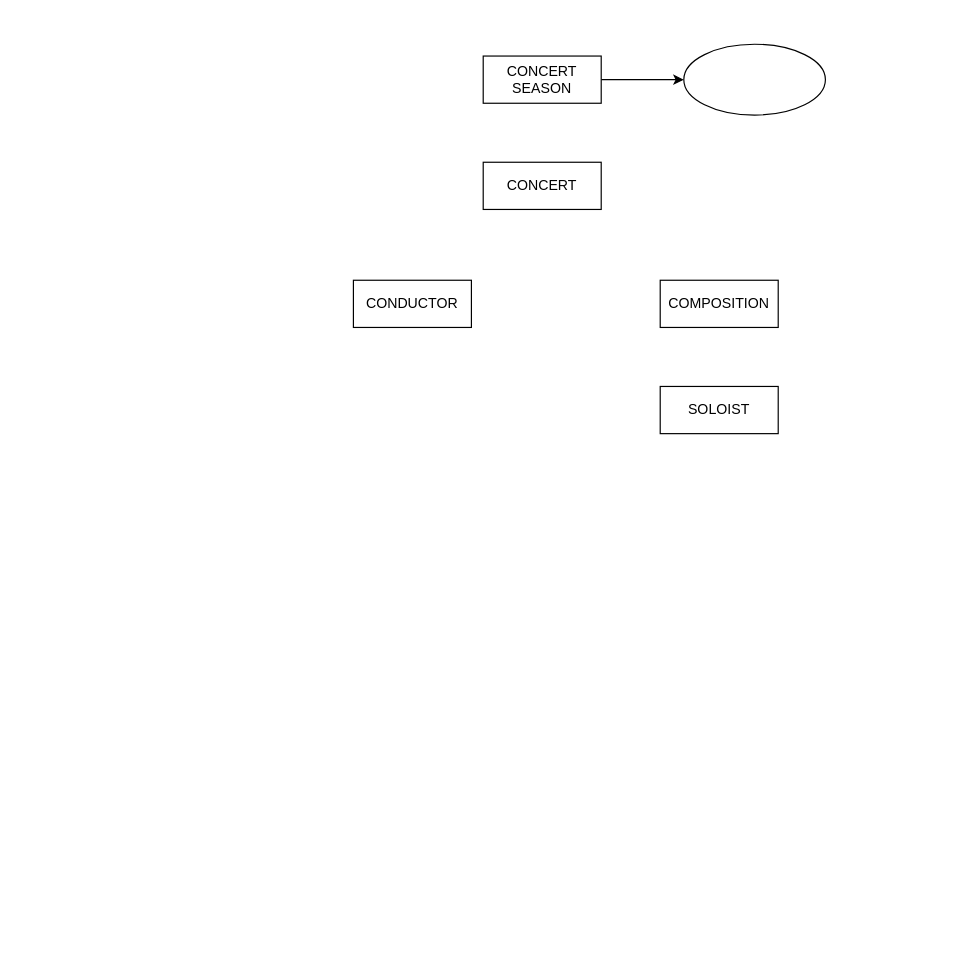
alicejimmy/2022-Bioinformatics-and-Medical-Databases-HW keeps this draw.io diagram as page "交響樂團資料庫" (1 of 2) of HW1/HW1.drawio. Above is the earlier version. Source tidied: cells renumbered, new cells numbered last; positions are measured from the earlier drawing's top-left corner, leaving out a move shared by most shapes. Both pictures are drawn from the tidied source at 118%, with x=0, y=0 at pixel (353, 44).
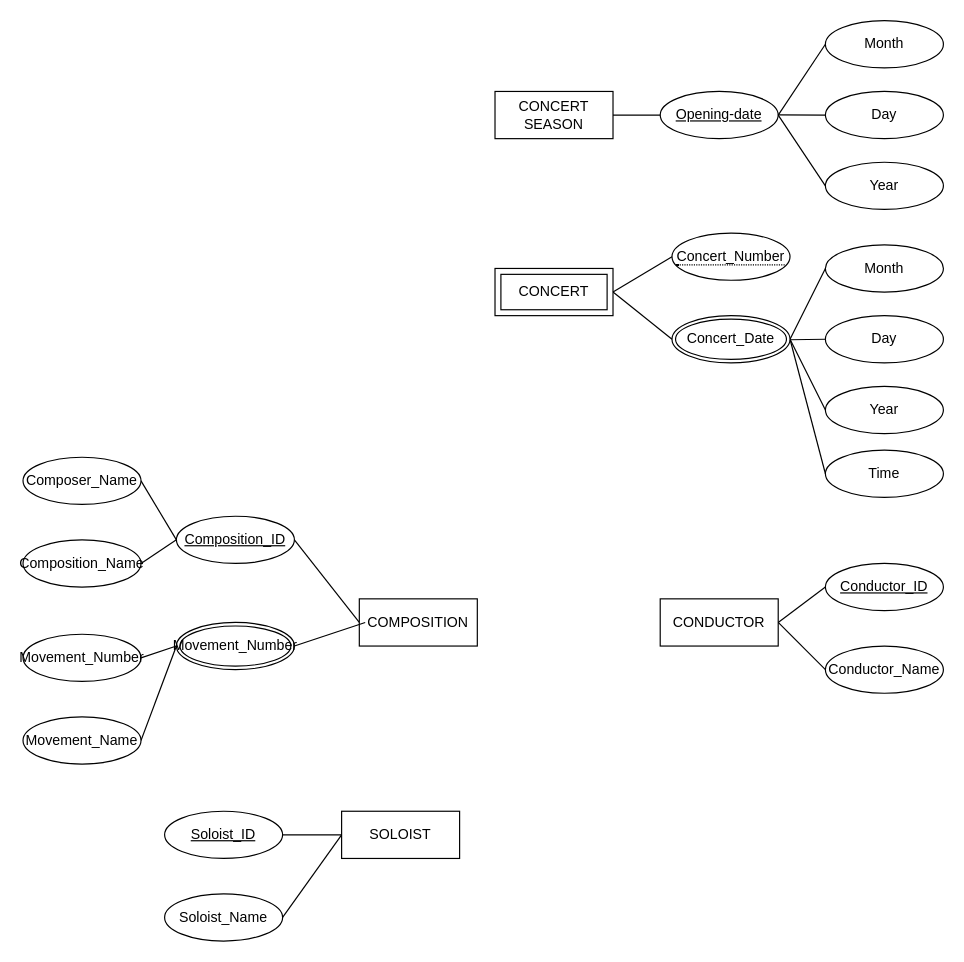
The same diagram, later.

The edit, as a diff of the source:
```diff
@@
-    <mxCell id="2" style="rounded=0;jettySize=auto;html=1;" parent="1" edge="1" source="3" target="8">
-      <mxGeometry relative="1" as="geometry" />
-    </mxCell>
     <mxCell id="3" value="CONCERT SEASON" style="whiteSpace=wrap;html=1;align=center;" parent="1" vertex="1">
-      <mxGeometry x="110" y="10" width="100" height="40" as="geometry" />
+      <mxGeometry x="120" y="40" width="100" height="40" as="geometry" />
     </mxCell>
-    <mxCell id="4" value="CONCERT" style="whiteSpace=wrap;html=1;align=center;" parent="1" vertex="1">
-      <mxGeometry x="110" y="100" width="100" height="40" as="geometry" />
-    </mxCell>
+    <mxCell id="9" style="edgeStyle=none;rounded=0;jettySize=auto;html=1;exitX=0;exitY=0.5;exitDx=0;exitDy=0;entryX=1;entryY=0.5;entryDx=0;entryDy=0;endArrow=none;endFill=0;" parent="1" edge="1" source="5" target="28">
+      <mxGeometry relative="1" as="geometry" />
+    </mxCell>
     <mxCell id="5" value="COMPOSITION" style="whiteSpace=wrap;html=1;align=center;" parent="1" vertex="1">
-      <mxGeometry x="260" y="200" width="100" height="40" as="geometry" />
+      <mxGeometry x="5" y="470" width="100" height="40" as="geometry" />
     </mxCell>
     <mxCell id="6" value="CONDUCTOR" style="whiteSpace=wrap;html=1;align=center;" parent="1" vertex="1">
-      <mxGeometry y="200" width="100" height="40" as="geometry" />
+      <mxGeometry x="260" y="470" width="100" height="40" as="geometry" />
     </mxCell>
     <mxCell id="7" value="SOLOIST" style="whiteSpace=wrap;html=1;align=center;" parent="1" vertex="1">
-      <mxGeometry x="260" y="290" width="100" height="40" as="geometry" />
+      <mxGeometry x="-10" y="650" width="100" height="40" as="geometry" />
     </mxCell>
-    <mxCell id="8" style="ellipse;whiteSpace=wrap;html=1;" parent="1" vertex="1">
-      <mxGeometry x="280" width="120" height="60" as="geometry" />
-    </mxCell>
+    <mxCell id="10" value="Opening-date" style="ellipse;whiteSpace=wrap;html=1;align=center;fontStyle=4;" parent="1" vertex="1">
+      <mxGeometry x="260" y="40" width="100" height="40" as="geometry" />
+    </mxCell>
+    <mxCell id="11" style="edgeStyle=none;rounded=0;jettySize=auto;html=1;exitX=0;exitY=0.5;exitDx=0;exitDy=0;entryX=1;entryY=0.5;entryDx=0;entryDy=0;endArrow=none;endFill=0;" parent="1" edge="1" source="12" target="10">
+      <mxGeometry relative="1" as="geometry" />
+    </mxCell>
+    <mxCell id="12" value="Month" style="ellipse;whiteSpace=wrap;html=1;align=center;" parent="1" vertex="1">
+      <mxGeometry x="400" y="-20" width="100" height="40" as="geometry" />
+    </mxCell>
+    <mxCell id="13" style="edgeStyle=none;rounded=0;jettySize=auto;html=1;exitX=0;exitY=0.5;exitDx=0;exitDy=0;endArrow=none;endFill=0;" parent="1" edge="1" source="14">
+      <mxGeometry relative="1" as="geometry">
+        <mxPoint x="360" y="59.8" as="targetPoint" />
+      </mxGeometry>
+    </mxCell>
+    <mxCell id="14" value="Day" style="ellipse;whiteSpace=wrap;html=1;align=center;" parent="1" vertex="1">
+      <mxGeometry x="400" y="40" width="100" height="40" as="geometry" />
+    </mxCell>
+    <mxCell id="15" style="edgeStyle=none;rounded=0;jettySize=auto;html=1;exitX=0;exitY=0.5;exitDx=0;exitDy=0;entryX=1;entryY=0.5;entryDx=0;entryDy=0;endArrow=none;endFill=0;" parent="1" edge="1" source="16" target="10">
+      <mxGeometry relative="1" as="geometry" />
+    </mxCell>
+    <mxCell id="16" value="Year" style="ellipse;whiteSpace=wrap;html=1;align=center;" parent="1" vertex="1">
+      <mxGeometry x="400" y="100" width="100" height="40" as="geometry" />
+    </mxCell>
+    <mxCell id="17" style="edgeStyle=none;rounded=0;jettySize=auto;html=1;exitX=0;exitY=0.5;exitDx=0;exitDy=0;entryX=1;entryY=0.5;entryDx=0;entryDy=0;endArrow=none;endFill=0;" parent="1" edge="1" source="18" target="26">
+      <mxGeometry relative="1" as="geometry" />
+    </mxCell>
+    <mxCell id="18" value="Month" style="ellipse;whiteSpace=wrap;html=1;align=center;" parent="1" vertex="1">
+      <mxGeometry x="400" y="170" width="100" height="40" as="geometry" />
+    </mxCell>
+    <mxCell id="19" style="edgeStyle=none;rounded=0;jettySize=auto;html=1;exitX=0;exitY=0.5;exitDx=0;exitDy=0;endArrow=none;endFill=0;" parent="1" edge="1" source="20">
+      <mxGeometry relative="1" as="geometry">
+        <mxPoint x="370" y="250.4" as="targetPoint" />
+      </mxGeometry>
+    </mxCell>
+    <mxCell id="20" value="Day" style="ellipse;whiteSpace=wrap;html=1;align=center;" parent="1" vertex="1">
+      <mxGeometry x="400" y="230" width="100" height="40" as="geometry" />
+    </mxCell>
+    <mxCell id="21" style="edgeStyle=none;rounded=0;jettySize=auto;html=1;exitX=0;exitY=0.5;exitDx=0;exitDy=0;endArrow=none;endFill=0;" parent="1" edge="1" source="22">
+      <mxGeometry relative="1" as="geometry">
+        <mxPoint x="370" y="250" as="targetPoint" />
+      </mxGeometry>
+    </mxCell>
+    <mxCell id="22" value="Year" style="ellipse;whiteSpace=wrap;html=1;align=center;" parent="1" vertex="1">
+      <mxGeometry x="400" y="290" width="100" height="40" as="geometry" />
+    </mxCell>
+    <mxCell id="23" style="edgeStyle=none;rounded=0;jettySize=auto;html=1;exitX=0;exitY=0.5;exitDx=0;exitDy=0;entryX=1;entryY=0.5;entryDx=0;entryDy=0;endArrow=none;endFill=0;" parent="1" edge="1" source="24" target="26">
+      <mxGeometry relative="1" as="geometry" />
+    </mxCell>
+    <mxCell id="24" value="Time" style="ellipse;whiteSpace=wrap;html=1;align=center;" parent="1" vertex="1">
+      <mxGeometry x="400" y="344" width="100" height="40" as="geometry" />
+    </mxCell>
+    <mxCell id="25" style="edgeStyle=none;rounded=0;jettySize=auto;html=1;exitX=0;exitY=0.5;exitDx=0;exitDy=0;entryX=1;entryY=0.5;entryDx=0;entryDy=0;endArrow=none;endFill=0;" parent="1" edge="1" source="26" target="4">
+      <mxGeometry relative="1" as="geometry" />
+    </mxCell>
+    <mxCell id="26" value="Concert_Date" style="ellipse;shape=doubleEllipse;margin=3;whiteSpace=wrap;html=1;align=center;" parent="1" vertex="1">
+      <mxGeometry x="270" y="230" width="100" height="40" as="geometry" />
+    </mxCell>
+    <mxCell id="27" style="edgeStyle=none;rounded=0;jettySize=auto;html=1;exitX=0;exitY=0.5;exitDx=0;exitDy=0;entryX=1;entryY=0.5;entryDx=0;entryDy=0;endArrow=none;endFill=0;" parent="1" edge="1" source="28" target="29">
+      <mxGeometry relative="1" as="geometry" />
+    </mxCell>
+    <mxCell id="28" value="Composition_ID" style="ellipse;whiteSpace=wrap;html=1;align=center;fontStyle=4;" parent="1" vertex="1">
+      <mxGeometry x="-150" y="400" width="100" height="40" as="geometry" />
+    </mxCell>
+    <mxCell id="29" value="Composer_Name" style="ellipse;whiteSpace=wrap;html=1;align=center;" parent="1" vertex="1">
+      <mxGeometry x="-280" y="350" width="100" height="40" as="geometry" />
+    </mxCell>
+    <mxCell id="30" style="edgeStyle=none;rounded=0;jettySize=auto;html=1;exitX=1;exitY=0.5;exitDx=0;exitDy=0;endArrow=none;endFill=0;" parent="1" edge="1" source="31">
+      <mxGeometry relative="1" as="geometry">
+        <mxPoint x="-150" y="420" as="targetPoint" />
+      </mxGeometry>
+    </mxCell>
+    <mxCell id="31" value="Composition_Name" style="ellipse;whiteSpace=wrap;html=1;align=center;" parent="1" vertex="1">
+      <mxGeometry x="-280" y="420" width="100" height="40" as="geometry" />
+    </mxCell>
+    <mxCell id="32" style="edgeStyle=none;rounded=0;jettySize=auto;html=1;exitX=1;exitY=0.5;exitDx=0;exitDy=0;entryX=0;entryY=0.5;entryDx=0;entryDy=0;endArrow=none;endFill=0;" parent="1" edge="1" source="33" target="37">
+      <mxGeometry relative="1" as="geometry" />
+    </mxCell>
+    <mxCell id="33" value="Movement_Number" style="ellipse;whiteSpace=wrap;html=1;align=center;" parent="1" vertex="1">
+      <mxGeometry x="-280" y="500" width="100" height="40" as="geometry" />
+    </mxCell>
+    <mxCell id="34" style="edgeStyle=none;rounded=0;jettySize=auto;html=1;exitX=1;exitY=0.5;exitDx=0;exitDy=0;endArrow=none;endFill=0;" parent="1" edge="1" source="35">
+      <mxGeometry relative="1" as="geometry">
+        <mxPoint x="-150" y="510" as="targetPoint" />
+      </mxGeometry>
+    </mxCell>
+    <mxCell id="35" value="Movement_Name" style="ellipse;whiteSpace=wrap;html=1;align=center;" parent="1" vertex="1">
+      <mxGeometry x="-280" y="570" width="100" height="40" as="geometry" />
+    </mxCell>
+    <mxCell id="36" style="edgeStyle=none;rounded=0;jettySize=auto;html=1;exitX=1;exitY=0.5;exitDx=0;exitDy=0;endArrow=none;endFill=0;" parent="1" edge="1" source="37">
+      <mxGeometry relative="1" as="geometry">
+        <mxPoint x="10" y="490" as="targetPoint" />
+      </mxGeometry>
+    </mxCell>
+    <mxCell id="37" value="Movement_Number" style="ellipse;shape=doubleEllipse;margin=3;whiteSpace=wrap;html=1;align=center;" parent="1" vertex="1">
+      <mxGeometry x="-150" y="490" width="100" height="40" as="geometry" />
+    </mxCell>
+    <mxCell id="38" style="edgeStyle=none;rounded=0;jettySize=auto;html=1;exitX=0;exitY=0.5;exitDx=0;exitDy=0;entryX=1;entryY=0.5;entryDx=0;entryDy=0;endArrow=none;endFill=0;" parent="1" edge="1" source="39" target="6">
+      <mxGeometry relative="1" as="geometry" />
+    </mxCell>
+    <mxCell id="39" value="Conductor_ID" style="ellipse;whiteSpace=wrap;html=1;align=center;fontStyle=4;" parent="1" vertex="1">
+      <mxGeometry x="400" y="440" width="100" height="40" as="geometry" />
+    </mxCell>
+    <mxCell id="40" style="edgeStyle=none;rounded=0;jettySize=auto;html=1;exitX=0;exitY=0.5;exitDx=0;exitDy=0;endArrow=none;endFill=0;" parent="1" edge="1" source="41">
+      <mxGeometry relative="1" as="geometry">
+        <mxPoint x="360" y="490" as="targetPoint" />
+      </mxGeometry>
+    </mxCell>
+    <mxCell id="41" value="Conductor_Name" style="ellipse;whiteSpace=wrap;html=1;align=center;" parent="1" vertex="1">
+      <mxGeometry x="400" y="510" width="100" height="40" as="geometry" />
+    </mxCell>
+    <mxCell id="42" style="edgeStyle=none;rounded=0;jettySize=auto;html=1;exitX=1;exitY=0.5;exitDx=0;exitDy=0;entryX=0;entryY=0.5;entryDx=0;entryDy=0;endArrow=none;endFill=0;" parent="1" edge="1" source="43" target="7">
+      <mxGeometry relative="1" as="geometry" />
+    </mxCell>
+    <mxCell id="43" value="Soloist_ID" style="ellipse;whiteSpace=wrap;html=1;align=center;fontStyle=4;" parent="1" vertex="1">
+      <mxGeometry x="-160" y="650" width="100" height="40" as="geometry" />
+    </mxCell>
+    <mxCell id="44" style="edgeStyle=none;rounded=0;jettySize=auto;html=1;exitX=1;exitY=0.5;exitDx=0;exitDy=0;entryX=0;entryY=0.5;entryDx=0;entryDy=0;endArrow=none;endFill=0;" parent="1" edge="1" source="45" target="7">
+      <mxGeometry relative="1" as="geometry" />
+    </mxCell>
+    <mxCell id="45" value="Soloist_Name" style="ellipse;whiteSpace=wrap;html=1;align=center;" parent="1" vertex="1">
+      <mxGeometry x="-160" y="720" width="100" height="40" as="geometry" />
+    </mxCell>
+    <mxCell id="4" value="CONCERT" style="shape=ext;margin=3;double=1;whiteSpace=wrap;html=1;align=center;" parent="1" vertex="1">
+      <mxGeometry x="120" y="190" width="100" height="40" as="geometry" />
+    </mxCell>
+    <mxCell id="46" style="edgeStyle=none;rounded=0;jettySize=auto;html=1;exitX=0;exitY=0.5;exitDx=0;exitDy=0;entryX=1;entryY=0.5;entryDx=0;entryDy=0;endArrow=none;endFill=0;" parent="1" edge="1" source="48" target="4">
+      <mxGeometry relative="1" as="geometry" />
+    </mxCell>
+    <mxCell id="47" style="edgeStyle=none;rounded=0;jettySize=auto;html=1;exitX=1;exitY=0.5;exitDx=0;exitDy=0;endArrow=none;endFill=0;" parent="1" edge="1" source="48">
+      <mxGeometry relative="1" as="geometry">
+        <mxPoint x="370.5" y="179.8" as="targetPoint" />
+      </mxGeometry>
+    </mxCell>
+    <mxCell id="48" value="&lt;span style=&quot;border-bottom: 1px dotted&quot;&gt;Concert_Number&lt;/span&gt;" style="ellipse;whiteSpace=wrap;html=1;align=center;" parent="1" vertex="1">
+      <mxGeometry x="270" y="160" width="100" height="40" as="geometry" />
+    </mxCell>
+    <mxCell id="49" style="endArrow=none;html=1;rounded=0;exitX=1;exitY=0.5;exitDx=0;exitDy=0;entryX=0;entryY=0.5;entryDx=0;entryDy=0;" parent="1" edge="1" source="3" target="10">
+      <mxGeometry relative="1" as="geometry" />
+    </mxCell>
```
